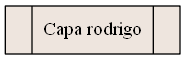
Before: ArbolABB.png, a diagram exported from Graphviz (OmarLetona14/EDD_1S2020_PY1_201700377). Its source is kept beside it as ArbolABB.dot. Its diagram source:
```dot
digraph grafica{
rankdir=TB;
node [shape = record, style=filled, fillcolor=seashell2];
nodorodrigo [ label = "<c0>|Capa rodrigo|<c1>"];
}
```
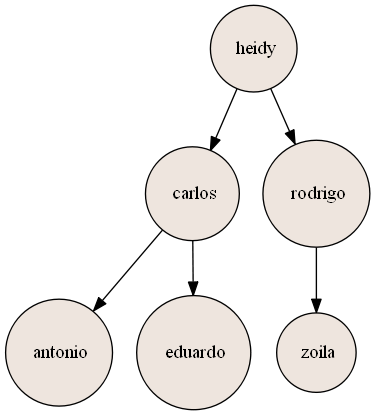
Above is the later version.

What changed in the source:
```diff
@@ -1,5 +1,15 @@
 digraph grafica{
 rankdir=TB;
-node [shape = record, style=filled, fillcolor=seashell2];
-nodorodrigo [ label = "<c0>|Capa rodrigo|<c1>"];
+node [shape = circle, style=filled, fillcolor=seashell2];
+nodoheidy [ label = " heidy"];
+nodocarlos [ label = " carlos"];
+nodoantonio [ label = " antonio"];
+nodoeduardo [ label = " eduardo"];
+nodorodrigo [ label = " rodrigo"];
+nodozoila [ label = " zoila"];
+nodoheidy: c0->nodocarlos;
+nodoheidy: c1->nodorodrigo;
+nodocarlos: c0->nodoantonio;
+nodocarlos: c1->nodoeduardo;
+nodorodrigo: c1->nodozoila;
 }
```
